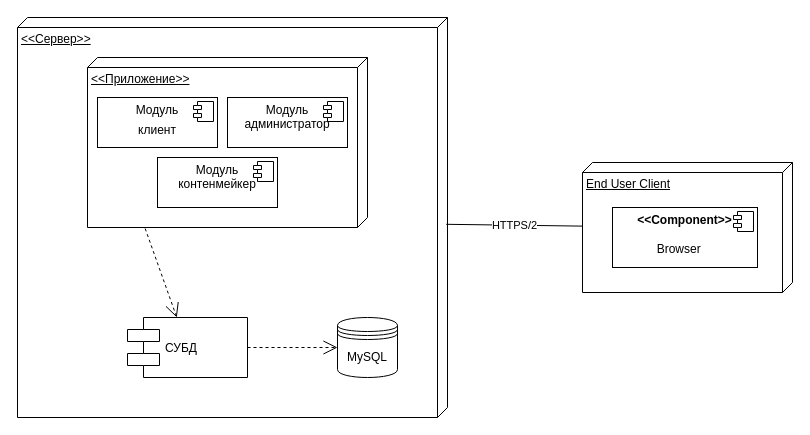
NativCos/CSF.Semestr6.TPO keeps this draw.io diagram as docs/UML Deployment Diagram.drawio. Above is the earlier version. Source tidied: cells renumbered, new cells numbered last; positions are measured from the earlier drawing's top-left corner, leaving out a move shared by most shapes. Both pictures are drawn from the tidied source at 100%, with x=0, y=0 at pixel (17, 17).
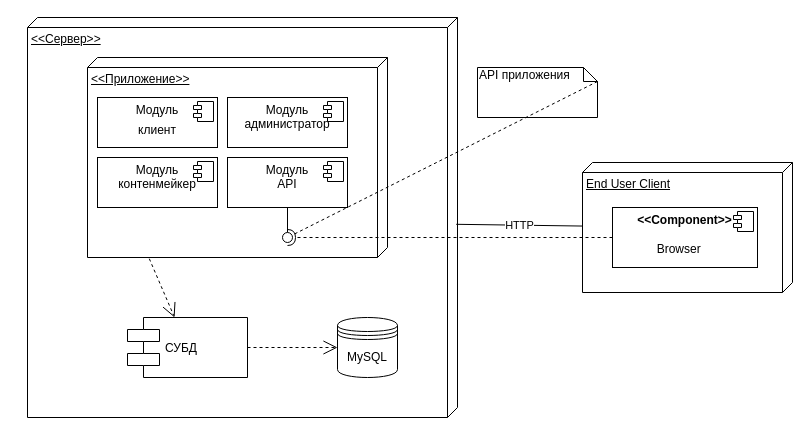
After the change.

Commit message:
update uml deployment diagram

The change refers to these unchanged cells:
```xml
<mxCell id="3" value="End User Client" style="verticalAlign=top;align=left;spacingTop=8;spacingLeft=2;spacingRight=12;shape=cube;size=10;direction=south;fontStyle=4;html=1;" parent="1" vertex="1">
  <mxGeometry x="565" y="145" width="210" height="130" as="geometry" />
</mxCell>
<mxCell id="10" value="&lt;p style=&quot;margin: 0px ; margin-top: 6px ; text-align: center&quot;&gt;&lt;b&gt;&amp;lt;&amp;lt;Component&amp;gt;&amp;gt;&lt;/b&gt;&lt;/p&gt;&lt;p style=&quot;margin: 0px ; margin-left: 8px&quot;&gt;&amp;nbsp; &amp;nbsp; &amp;nbsp; &amp;nbsp; &amp;nbsp;&lt;/p&gt;&lt;p style=&quot;margin: 0px ; margin-left: 8px&quot;&gt;&amp;nbsp; &amp;nbsp; &amp;nbsp; &amp;nbsp; &amp;nbsp; &amp;nbsp;Browser&lt;/p&gt;" style="align=left;overflow=fill;html=1;" parent="1" vertex="1">
  <mxGeometry x="595" y="190" width="145" height="60" as="geometry" />
</mxCell>
```

The edit, as a diff of the source:
```diff
@@
     <mxCell id="2" value="&amp;lt;&amp;lt;Сервер&amp;gt;&amp;gt;" style="verticalAlign=top;align=left;spacingTop=8;spacingLeft=2;spacingRight=12;shape=cube;size=10;direction=south;fontStyle=4;html=1;" parent="1" vertex="1">
-      <mxGeometry width="430" height="400" as="geometry" />
+      <mxGeometry x="10" width="430" height="400" as="geometry" />
     </mxCell>
@@
-    <mxCell id="4" value="HTTPS/2" style="endArrow=none;html=1;exitX=0.517;exitY=0.003;exitDx=0;exitDy=0;exitPerimeter=0;" parent="1" edge="1" source="2" target="3">
+    <mxCell id="4" value="HTTP" style="endArrow=none;html=1;exitX=0.517;exitY=0.003;exitDx=0;exitDy=0;exitPerimeter=0;" parent="1" edge="1" source="2" target="3">
       <mxGeometry relative="1" as="geometry" />
     </mxCell>
@@
     <mxCell id="7" value="&amp;lt;&amp;lt;Приложение&amp;gt;&amp;gt;" style="verticalAlign=top;align=left;spacingTop=8;spacingLeft=2;spacingRight=12;shape=cube;size=10;direction=south;fontStyle=4;html=1;" parent="1" vertex="1">
-      <mxGeometry x="70" y="40" width="280" height="170" as="geometry" />
+      <mxGeometry x="70" y="40" width="300" height="200" as="geometry" />
     </mxCell>
@@
     <mxCell id="16" value="&lt;p style=&quot;margin: 0px ; margin-top: 6px ; text-align: center&quot;&gt;&lt;span style=&quot;text-align: left&quot;&gt;Модуль&lt;/span&gt;&lt;br style=&quot;padding: 0px ; margin: 0px ; text-align: left&quot;&gt;&lt;span style=&quot;text-align: left&quot;&gt;контенмейкер&lt;/span&gt;&lt;br&gt;&lt;/p&gt;" style="align=left;overflow=fill;html=1;" parent="1" vertex="1">
-      <mxGeometry x="140" y="140" width="120" height="50" as="geometry" />
+      <mxGeometry x="80" y="140" width="120" height="50" as="geometry" />
     </mxCell>
@@
+    <mxCell id="18" value="&lt;p style=&quot;margin: 0px ; margin-top: 6px ; text-align: center&quot;&gt;&lt;span style=&quot;text-align: left&quot;&gt;Модуль&lt;/span&gt;&lt;br style=&quot;padding: 0px ; margin: 0px ; text-align: left&quot;&gt;&lt;span style=&quot;text-align: left&quot;&gt;API&lt;/span&gt;&lt;/p&gt;" style="align=left;overflow=fill;html=1;" parent="1" vertex="1">
+      <mxGeometry x="210" y="140" width="120" height="50" as="geometry" />
+    </mxCell>
+    <mxCell id="19" style="shape=component;jettyWidth=8;jettyHeight=4;" parent="18" vertex="1">
+      <mxGeometry x="1" width="20" height="20" relative="1" as="geometry">
+        <mxPoint x="-24" y="4" as="offset" />
+      </mxGeometry>
+    </mxCell>
+    <mxCell id="20" value="API приложения" style="shape=note;whiteSpace=wrap;html=1;size=14;verticalAlign=top;align=left;spacingTop=-6;" parent="1" vertex="1">
+      <mxGeometry x="460" y="50" width="120" height="50" as="geometry" />
+    </mxCell>
+    <mxCell id="21" value="&amp;nbsp;" style="html=1;verticalAlign=bottom;endArrow=none;dashed=1;endSize=8;endFill=0;exitX=0;exitY=0;exitDx=120;exitDy=14;exitPerimeter=0;" parent="1" edge="1" source="20" target="24">
+      <mxGeometry relative="1" as="geometry" />
+    </mxCell>
+    <mxCell id="22" style="rounded=0;jettySize=auto;html=1;endArrow=none;endFill=0;exitX=0.5;exitY=1;exitDx=0;exitDy=0;" parent="1" edge="1" source="18" target="24">
+      <mxGeometry relative="1" as="geometry" />
+    </mxCell>
+    <mxCell id="23" style="rounded=0;jettySize=auto;html=1;endArrow=halfCircle;endFill=0;entryX=0.5;entryY=0.5;entryDx=0;entryDy=0;endSize=6;strokeWidth=1;dashed=1;" parent="1" edge="1" source="10" target="24">
+      <mxGeometry relative="1" as="geometry" />
+    </mxCell>
+    <mxCell id="24" style="ellipse;whiteSpace=wrap;html=1;fontFamily=Helvetica;fontSize=12;fontColor=#000000;align=center;strokeColor=#000000;fillColor=#ffffff;points=[];" parent="1" vertex="1">
+      <mxGeometry x="265" y="215" width="10" height="10" as="geometry" />
+    </mxCell>
```
